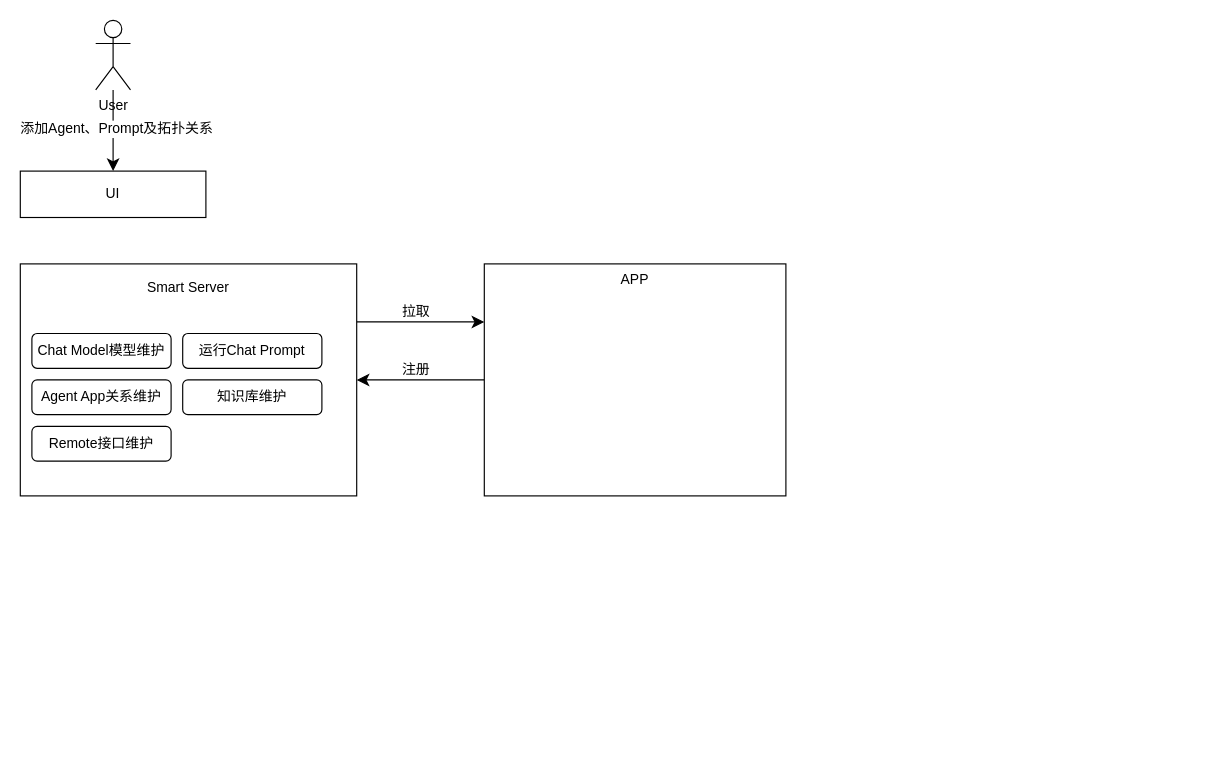
Before: docs/smart.drawio in tctalk-cn/orchestrator, a draw.io diagram. Source tidied: cells renumbered, new cells numbered last; positions are measured from the earlier drawing's top-left corner, leaving out a move shared by most shapes. Both pictures are drawn from the tidied source at 116%, with x=0, y=0 at pixel (20, 20).
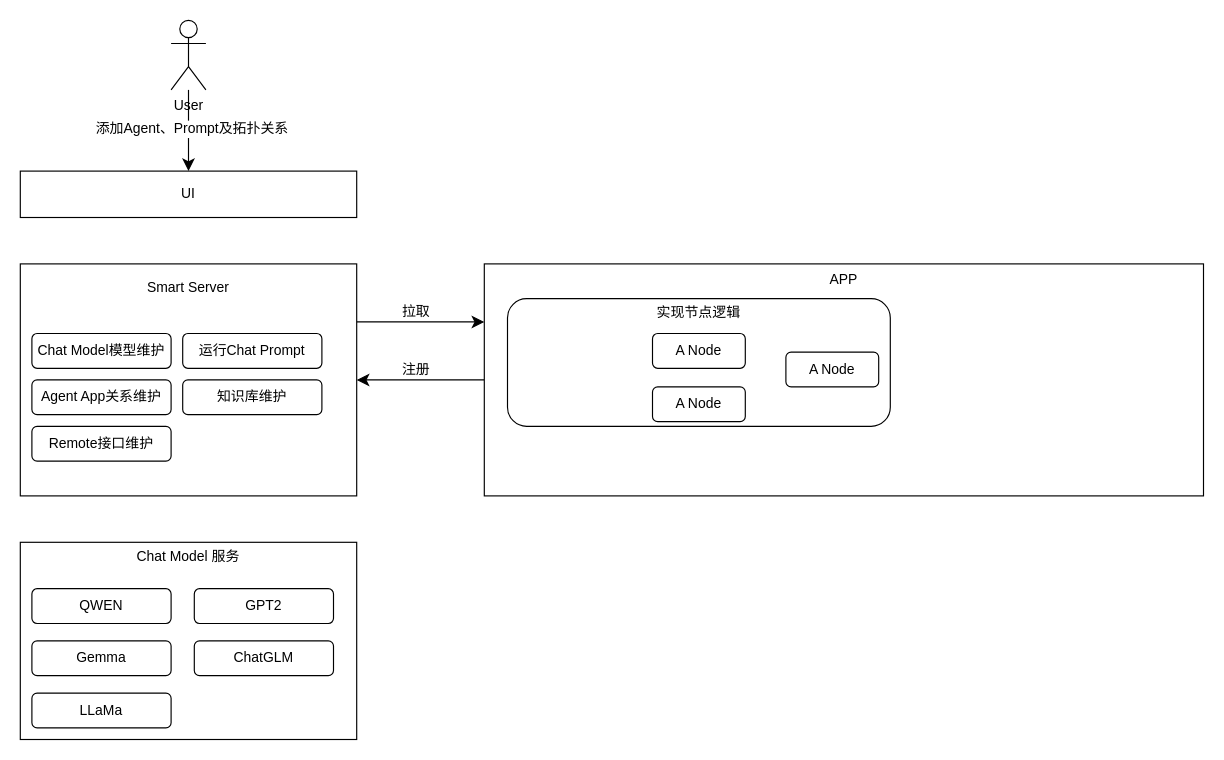
The same page after the edit.

Diff of the diagram source:
```diff
@@
     <mxCell id="2" value="UI" style="rounded=0;whiteSpace=wrap;html=1;" parent="1" vertex="1">
-      <mxGeometry y="130" width="160" height="40" as="geometry" />
+      <mxGeometry y="130" width="290" height="40" as="geometry" />
     </mxCell>
@@
     <mxCell id="5" value="User" style="shape=umlActor;verticalLabelPosition=bottom;verticalAlign=top;html=1;outlineConnect=0;" parent="1" vertex="1">
-      <mxGeometry x="65" width="30" height="60" as="geometry" />
+      <mxGeometry x="130" width="30" height="60" as="geometry" />
     </mxCell>
@@
     <mxCell id="16" value="APP&lt;div&gt;&lt;br&gt;&lt;/div&gt;&lt;div&gt;&lt;br&gt;&lt;/div&gt;&lt;div&gt;&lt;br&gt;&lt;/div&gt;&lt;div&gt;&lt;br&gt;&lt;/div&gt;&lt;div&gt;&lt;br&gt;&lt;/div&gt;&lt;div&gt;&lt;br&gt;&lt;/div&gt;&lt;div&gt;&lt;br&gt;&lt;/div&gt;&lt;div&gt;&lt;br&gt;&lt;/div&gt;&lt;div&gt;&lt;br&gt;&lt;/div&gt;&lt;div&gt;&lt;br&gt;&lt;/div&gt;&lt;div&gt;&lt;br&gt;&lt;/div&gt;&lt;div&gt;&lt;br&gt;&lt;/div&gt;" style="rounded=0;whiteSpace=wrap;html=1;" parent="1" vertex="1">
-      <mxGeometry x="400" y="210" width="260" height="200" as="geometry" />
+      <mxGeometry x="400" y="210" width="620" height="200" as="geometry" />
     </mxCell>
+    <mxCell id="17" value="实现节点逻辑&lt;div&gt;&lt;br&gt;&lt;/div&gt;&lt;div&gt;&lt;br&gt;&lt;/div&gt;&lt;div&gt;&lt;br&gt;&lt;/div&gt;&lt;div&gt;&lt;br&gt;&lt;/div&gt;&lt;div&gt;&lt;br&gt;&lt;/div&gt;&lt;div&gt;&lt;br&gt;&lt;/div&gt;" style="rounded=1;whiteSpace=wrap;html=1;" parent="1" vertex="1">
+      <mxGeometry x="420" y="240" width="330" height="110" as="geometry" />
+    </mxCell>
+    <mxCell id="18" value="A Node" style="rounded=1;whiteSpace=wrap;html=1;" parent="1" vertex="1">
+      <mxGeometry x="545" y="270" width="80" height="30" as="geometry" />
+    </mxCell>
+    <mxCell id="19" value="A Node" style="rounded=1;whiteSpace=wrap;html=1;" parent="1" vertex="1">
+      <mxGeometry x="545" y="316" width="80" height="30" as="geometry" />
+    </mxCell>
+    <mxCell id="20" value="A Node" style="rounded=1;whiteSpace=wrap;html=1;" parent="1" vertex="1">
+      <mxGeometry x="660" y="286" width="80" height="30" as="geometry" />
+    </mxCell>
+    <mxCell id="21" value="Chat Model 服务&lt;div&gt;&lt;br&gt;&lt;/div&gt;&lt;div&gt;&lt;br&gt;&lt;/div&gt;&lt;div&gt;&lt;br&gt;&lt;/div&gt;&lt;div&gt;&lt;br&gt;&lt;/div&gt;&lt;div&gt;&lt;br&gt;&lt;/div&gt;&lt;div&gt;&lt;br&gt;&lt;/div&gt;&lt;div&gt;&lt;br&gt;&lt;/div&gt;&lt;div&gt;&lt;br&gt;&lt;/div&gt;&lt;div&gt;&lt;br&gt;&lt;/div&gt;&lt;div&gt;&lt;br&gt;&lt;/div&gt;" style="rounded=0;whiteSpace=wrap;html=1;" parent="1" vertex="1">
+      <mxGeometry y="450" width="290" height="170" as="geometry" />
+    </mxCell>
+    <mxCell id="22" value="QWEN" style="rounded=1;whiteSpace=wrap;html=1;" parent="1" vertex="1">
+      <mxGeometry x="10" y="490" width="120" height="30" as="geometry" />
+    </mxCell>
+    <mxCell id="23" value="GPT2" style="rounded=1;whiteSpace=wrap;html=1;" parent="1" vertex="1">
+      <mxGeometry x="150" y="490" width="120" height="30" as="geometry" />
+    </mxCell>
+    <mxCell id="24" value="Gemma" style="rounded=1;whiteSpace=wrap;html=1;" parent="1" vertex="1">
+      <mxGeometry x="10" y="535" width="120" height="30" as="geometry" />
+    </mxCell>
+    <mxCell id="25" value="ChatGLM" style="rounded=1;whiteSpace=wrap;html=1;" parent="1" vertex="1">
+      <mxGeometry x="150" y="535" width="120" height="30" as="geometry" />
+    </mxCell>
+    <mxCell id="26" value="LLaMa" style="rounded=1;whiteSpace=wrap;html=1;" parent="1" vertex="1">
+      <mxGeometry x="10" y="580" width="120" height="30" as="geometry" />
+    </mxCell>
```
